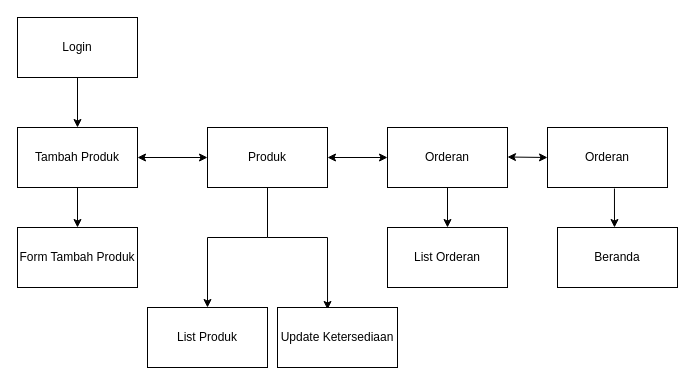
Above: docs/navigation/admin-navigasi.drawio in EvandriRidho/Rizquna-Bakery (draw.io), before the change. Source tidied: cells renumbered, new cells numbered last; positions are measured from the earlier drawing's top-left corner, leaving out a move shared by most shapes. Both pictures are drawn from the tidied source at 100%, with x=0, y=0 at pixel (17, 17).
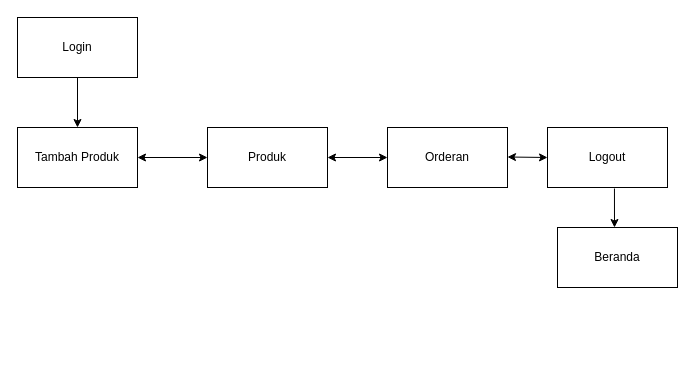
After the change.

Commit message (it also covers changes not shown here):
docs(diagram) : updated admin and user structur naviagtiom

The change refers to these unchanged cells:
```xml
<mxCell id="4" value="Tambah Produk" style="rounded=0;whiteSpace=wrap;html=1;" parent="1" vertex="1">
  <mxGeometry y="110" width="120" height="60" as="geometry" />
</mxCell>
<mxCell id="8" value="Orderan" style="rounded=0;whiteSpace=wrap;html=1;" parent="1" vertex="1">
  <mxGeometry x="370" y="110" width="120" height="60" as="geometry" />
</mxCell>
```

What changed in the source:
```diff
@@
-    <mxCell id="9" style="endArrow=classic;html=1;rounded=0;exitX=0.5;exitY=1;exitDx=0;exitDy=0;" parent="1" edge="1" source="8">
-      <mxGeometry relative="1" as="geometry">
-        <mxPoint x="430" y="210" as="targetPoint" />
-      </mxGeometry>
-    </mxCell>
-    <mxCell id="10" value="List Orderan" style="rounded=0;whiteSpace=wrap;html=1;" parent="1" vertex="1">
-      <mxGeometry x="370" y="210" width="120" height="60" as="geometry" />
-    </mxCell>
-    <mxCell id="11" value="Orderan" style="rounded=0;whiteSpace=wrap;html=1;" parent="1" vertex="1">
+    <mxCell id="11" value="Logout" style="rounded=0;whiteSpace=wrap;html=1;" parent="1" vertex="1">
       <mxGeometry x="530" y="110" width="120" height="60" as="geometry" />
     </mxCell>
@@
-    <mxCell id="15" style="endArrow=classic;html=1;rounded=0;exitX=0.5;exitY=1;exitDx=0;exitDy=0;" parent="1" edge="1" source="4">
-      <mxGeometry relative="1" as="geometry">
-        <mxPoint x="60" y="210" as="targetPoint" />
-      </mxGeometry>
-    </mxCell>
-    <mxCell id="16" value="Form Tambah Produk" style="rounded=0;whiteSpace=wrap;html=1;" parent="1" vertex="1">
-      <mxGeometry y="210" width="120" height="60" as="geometry" />
-    </mxCell>
-    <mxCell id="17" style="endArrow=none;html=1;rounded=0;" parent="1" edge="1">
-      <mxGeometry relative="1" as="geometry">
-        <mxPoint x="250" y="220" as="sourcePoint" />
-        <mxPoint x="250" y="170" as="targetPoint" />
-      </mxGeometry>
-    </mxCell>
-    <mxCell id="18" style="endArrow=none;html=1;rounded=0;" parent="1" edge="1">
-      <mxGeometry relative="1" as="geometry">
-        <mxPoint x="190" y="220" as="sourcePoint" />
-        <mxPoint x="310" y="220" as="targetPoint" />
-        <Array as="points">
-          <mxPoint x="250" y="220" />
-        </Array>
-      </mxGeometry>
-    </mxCell>
-    <mxCell id="19" style="endArrow=classic;html=1;rounded=0;entryX=0.5;entryY=0;entryDx=0;entryDy=0;" parent="1" edge="1" target="21">
-      <mxGeometry relative="1" as="geometry">
-        <mxPoint x="190" y="220" as="sourcePoint" />
-      </mxGeometry>
-    </mxCell>
-    <mxCell id="20" style="endArrow=classic;html=1;rounded=0;entryX=0.417;entryY=0.033;entryDx=0;entryDy=0;entryPerimeter=0;" parent="1" edge="1" target="22">
-      <mxGeometry relative="1" as="geometry">
-        <mxPoint x="310" y="220" as="sourcePoint" />
-      </mxGeometry>
-    </mxCell>
-    <mxCell id="21" value="List Produk" style="rounded=0;whiteSpace=wrap;html=1;" parent="1" vertex="1">
-      <mxGeometry x="130" y="290" width="120" height="60" as="geometry" />
-    </mxCell>
-    <mxCell id="22" value="Update Ketersediaan" style="rounded=0;whiteSpace=wrap;html=1;" parent="1" vertex="1">
-      <mxGeometry x="260" y="290" width="120" height="60" as="geometry" />
-    </mxCell>
```
